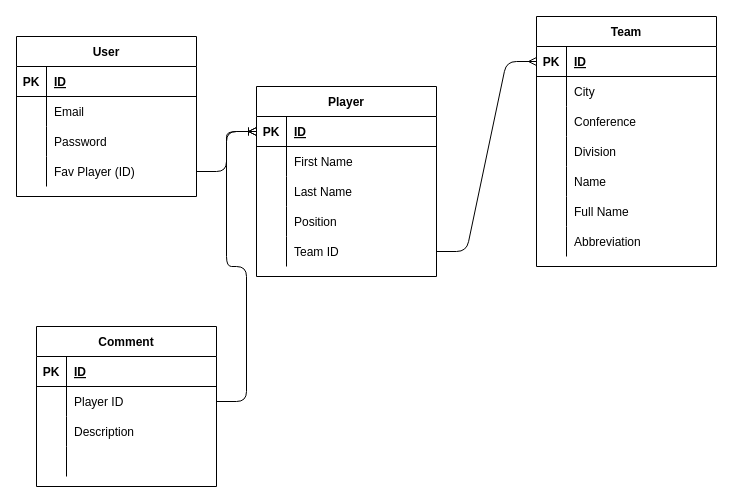
devin-lynch/proj-2-nba-app keeps this draw.io diagram as ERD.drawio. Above is the earlier version. Source tidied: cells renumbered, new cells numbered last; positions are measured from the earlier drawing's top-left corner, leaving out a move shared by most shapes. Both pictures are drawn from the tidied source at 100%, with x=0, y=0 at pixel (16, 16).
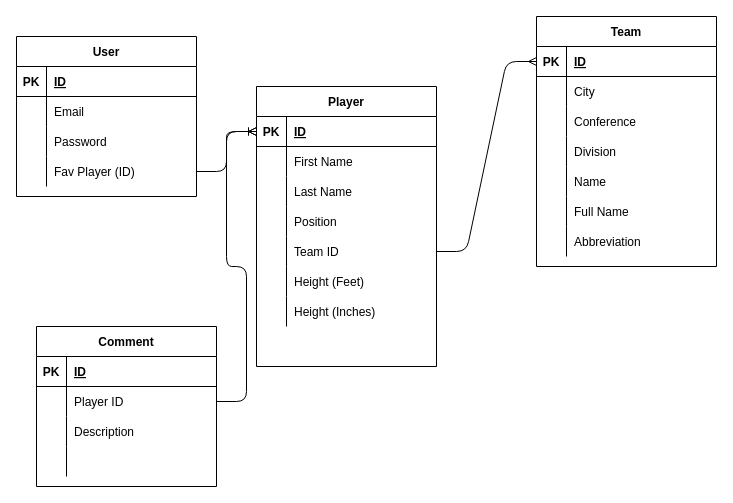
After the change.

Diff of the diagram source:
```diff
@@
     <mxCell id="2" value="Player" style="shape=table;startSize=30;childLayout=tableLayout;rowLines=0;fontStyle=1;align=center;swimlaneFillColor=default;" parent="1" vertex="1">
-      <mxGeometry x="240" y="70" width="180" height="190" as="geometry" />
+      <mxGeometry x="240" y="70" width="180" height="280" as="geometry" />
     </mxCell>
@@
+    <mxCell id="69" style="shape=partialRectangle;fillColor=none;top=0;left=0;bottom=0;right=0;" parent="2" vertex="1">
+      <mxGeometry y="180" width="180" height="30" as="geometry" />
+    </mxCell>
+    <mxCell id="70" style="shape=partialRectangle;fillColor=none;top=0;left=0;bottom=0;right=0;overflow=hidden;" parent="69" vertex="1">
+      <mxGeometry width="30" height="30" as="geometry" />
+    </mxCell>
+    <mxCell id="71" value="Height (Feet)" style="shape=partialRectangle;fillColor=none;top=0;left=0;bottom=0;right=0;align=left;spacingLeft=6;overflow=hidden;" parent="69" vertex="1">
+      <mxGeometry x="30" width="150" height="30" as="geometry" />
+    </mxCell>
+    <mxCell id="72" style="shape=partialRectangle;fillColor=none;top=0;left=0;bottom=0;right=0;" parent="2" vertex="1">
+      <mxGeometry y="210" width="180" height="30" as="geometry" />
+    </mxCell>
+    <mxCell id="73" style="shape=partialRectangle;fillColor=none;top=0;left=0;bottom=0;right=0;overflow=hidden;" parent="72" vertex="1">
+      <mxGeometry width="30" height="30" as="geometry" />
+    </mxCell>
+    <mxCell id="74" value="Height (Inches)" style="shape=partialRectangle;fillColor=none;top=0;left=0;bottom=0;right=0;align=left;spacingLeft=6;overflow=hidden;" parent="72" vertex="1">
+      <mxGeometry x="30" width="150" height="30" as="geometry" />
+    </mxCell>
```
